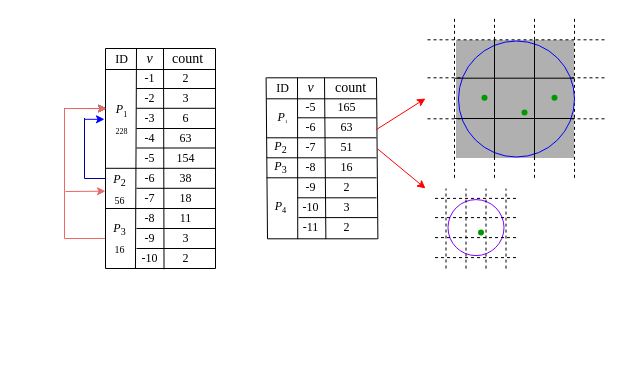
This is page "Page-1" (1 of 2) of a.drawio from lichunhong-learn/graph, a draw.io file, before an edit. Source tidied: cells renumbered, new cells numbered last; positions are measured from the earlier drawing's top-left corner, leaving out a move shared by most shapes. Both pictures are drawn from the tidied source at 100%, with x=0, y=0 at pixel (24, 17).
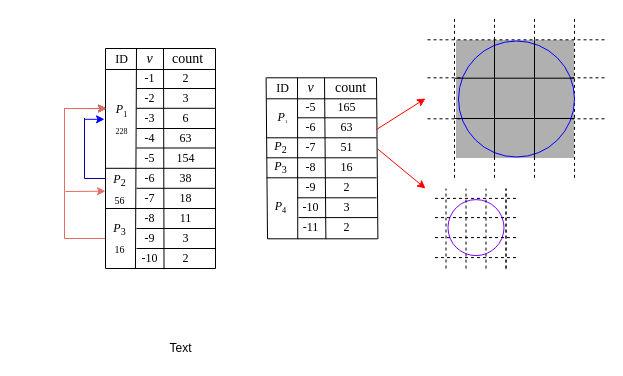
The same page after the edit.

What changed in the source:
```diff
@@
-    <mxCell id="90" style="shape=waypoint;sketch=0;fillStyle=solid;size=6;fillColor=none;perimeter=centerPerimeter;strokeColor=#009900;" parent="1" vertex="1">
-      <mxGeometry x="436.5" y="195.1" width="40" height="40" as="geometry" />
-    </mxCell>
@@
-    <mxCell id="103" style="shape=waypoint;sketch=0;fillStyle=solid;size=6;fillColor=none;perimeter=centerPerimeter;strokeColor=#009900;" parent="1" vertex="1">
-      <mxGeometry x="480" y="75" width="40" height="40" as="geometry" />
-    </mxCell>
-    <mxCell id="104" style="shape=waypoint;sketch=0;fillStyle=solid;size=6;fillColor=none;perimeter=centerPerimeter;strokeColor=#009900;" parent="1" vertex="1">
-      <mxGeometry x="440" y="60.3" width="40" height="40" as="geometry" />
-    </mxCell>
-    <mxCell id="105" style="shape=waypoint;sketch=0;fillStyle=solid;size=6;fillColor=none;perimeter=centerPerimeter;strokeColor=#009900;" parent="1" vertex="1">
-      <mxGeometry x="510" y="60.3" width="40" height="40" as="geometry" />
-    </mxCell>
@@
+    <mxCell id="114" style="endArrow=none;dashed=1;html=1;" parent="1" edge="1">
+      <mxGeometry relative="1" as="geometry">
+        <mxPoint x="481.5" y="251.1" as="sourcePoint" />
+        <mxPoint x="481.5" y="171.1" as="targetPoint" />
+      </mxGeometry>
+    </mxCell>
+    <mxCell id="115" value="Text" style="text;html=1;align=center;verticalAlign=middle;" parent="1" vertex="1">
+      <mxGeometry x="136" y="321" width="40" height="20" as="geometry" />
+    </mxCell>
```
